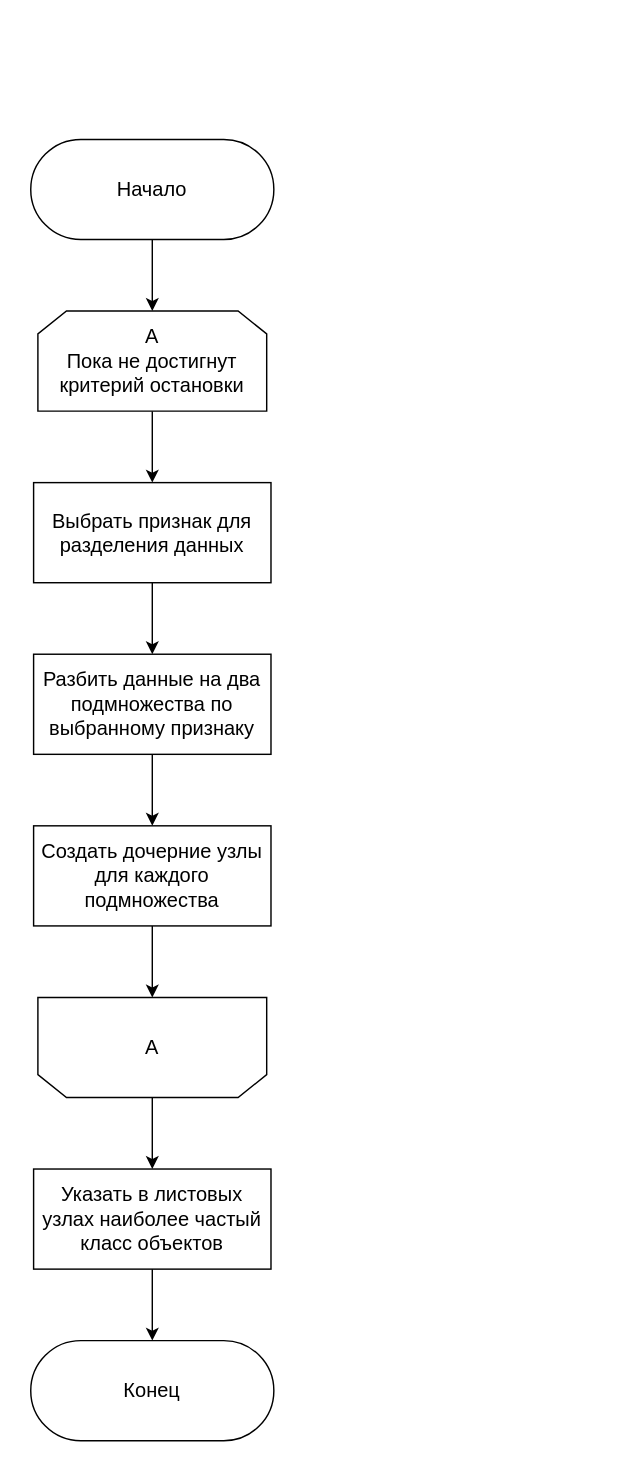
This is page "decision_tree" (1 of 4) of doc/inc/design/design.drawio from ilyasssklimov/bmstu_DefectDetection, a draw.io file, before an edit. Source tidied: cells renumbered, new cells numbered last; positions are measured from the earlier drawing's top-left corner, leaving out a move shared by most shapes. Both pictures are drawn from the tidied source at 143%, with x=0, y=0 at pixel (30, 139).
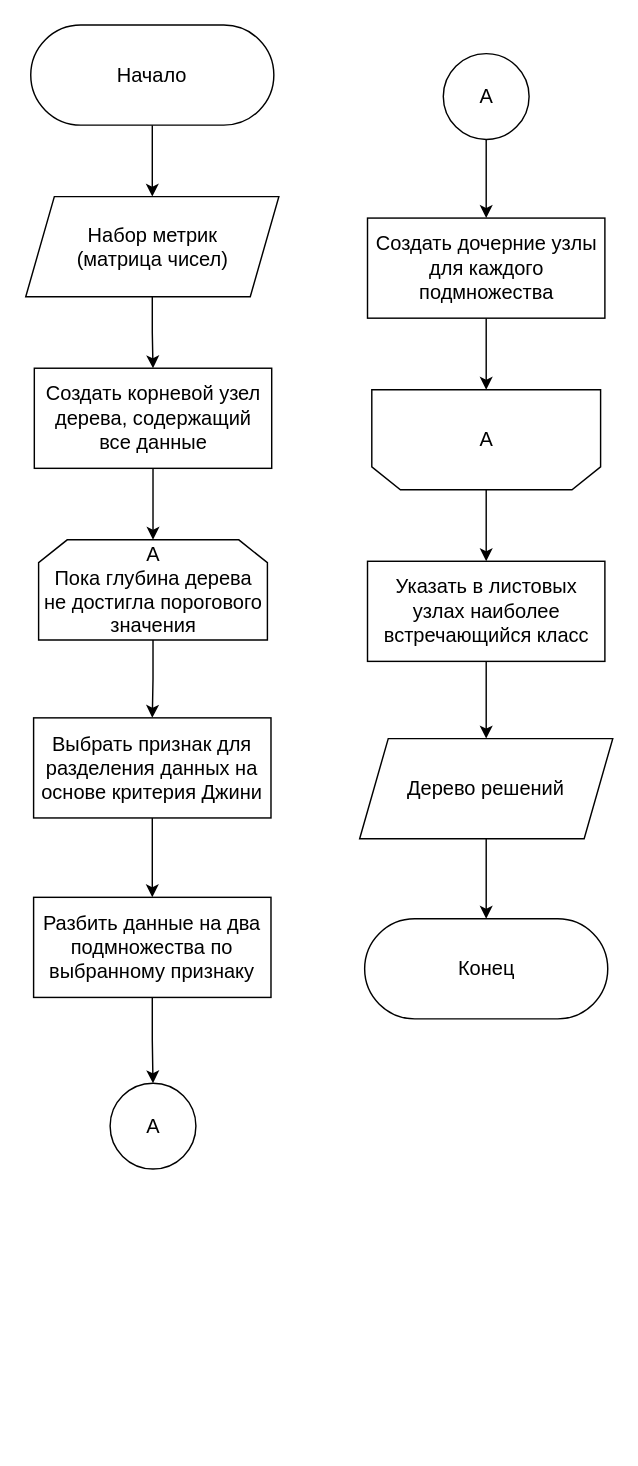
The same page after the edit.

Diff of the diagram source:
```diff
@@
-    <mxCell id="3" value="&lt;div&gt;&lt;font style=&quot;font-size: 14px;&quot;&gt;Выбрать признак для разделения данных&lt;/font&gt;&lt;/div&gt;" style="rounded=0;whiteSpace=wrap;html=1;" parent="1" vertex="1">
-      <mxGeometry x="2" y="240" width="166" height="70" as="geometry" />
+    <mxCell id="3" value="&lt;div&gt;&lt;font style=&quot;font-size: 14px;&quot;&gt;Выбрать признак для разделения данных на основе критерия Джини&lt;br&gt;&lt;/font&gt;&lt;/div&gt;" style="rounded=0;whiteSpace=wrap;html=1;" parent="1" vertex="1">
+      <mxGeometry x="2" y="404.5" width="166" height="70" as="geometry" />
     </mxCell>
-    <mxCell id="4" style="edgeStyle=orthogonalEdgeStyle;rounded=0;jettySize=auto;html=1;exitX=0.5;exitY=1;exitDx=0;exitDy=0;entryX=0.5;entryY=0;entryDx=0;entryDy=0;" parent="1" edge="1" source="5" target="11">
-      <mxGeometry relative="1" as="geometry" />
-    </mxCell>
+    <mxCell id="19" style="edgeStyle=orthogonalEdgeStyle;rounded=0;jettySize=auto;html=1;exitX=0.5;exitY=1;exitDx=0;exitDy=0;entryX=0.5;entryY=0;entryDx=0;entryDy=0;" parent="1" edge="1" source="5" target="23">
+      <mxGeometry relative="1" as="geometry" />
+    </mxCell>
     <mxCell id="5" value="&lt;font style=&quot;font-size: 14px;&quot;&gt;Начало&lt;/font&gt;" style="rounded=1;whiteSpace=wrap;html=1;arcSize=50;" parent="1" vertex="1">
-      <mxGeometry width="170" height="70" as="geometry" />
+      <mxGeometry y="-80" width="170" height="70" as="geometry" />
     </mxCell>
-    <mxCell id="6" style="edgeStyle=orthogonalEdgeStyle;rounded=0;jettySize=auto;html=1;exitX=0.5;exitY=1;exitDx=0;exitDy=0;entryX=0.5;entryY=0;entryDx=0;entryDy=0;" parent="1" edge="1" source="7" target="9">
-      <mxGeometry relative="1" as="geometry" />
-    </mxCell>
+    <mxCell id="20" style="edgeStyle=orthogonalEdgeStyle;rounded=0;jettySize=auto;html=1;exitX=0.5;exitY=1;exitDx=0;exitDy=0;entryX=0.5;entryY=0;entryDx=0;entryDy=0;" parent="1" edge="1" source="7" target="28">
+      <mxGeometry relative="1" as="geometry" />
+    </mxCell>
     <mxCell id="7" value="&lt;font style=&quot;font-size: 14px;&quot;&gt;Разбить данные на два подмножества по выбранному признаку&lt;br&gt;&lt;/font&gt;" style="rounded=0;whiteSpace=wrap;html=1;" parent="1" vertex="1">
-      <mxGeometry x="2" y="360" width="166" height="70" as="geometry" />
+      <mxGeometry x="2" y="530" width="166" height="70" as="geometry" />
     </mxCell>
@@
     <mxCell id="9" value="&lt;font style=&quot;font-size: 14px;&quot;&gt;Создать дочерние узлы для каждого подмножества&lt;br&gt;&lt;/font&gt;" style="rounded=0;whiteSpace=wrap;html=1;" parent="1" vertex="1">
-      <mxGeometry x="2" y="480" width="166" height="70" as="geometry" />
+      <mxGeometry x="235.5" y="55" width="166" height="70" as="geometry" />
     </mxCell>
@@
-    <mxCell id="11" value="&lt;div style=&quot;font-size: 14px;&quot;&gt;&lt;font style=&quot;font-size: 14px;&quot;&gt;А&lt;/font&gt;&lt;/div&gt;&lt;div style=&quot;font-size: 14px;&quot;&gt;&lt;font style=&quot;font-size: 14px;&quot;&gt;Пока не достигнут критерий остановки&lt;font style=&quot;font-size: 14px;&quot;&gt;&lt;br&gt;&lt;/font&gt;&lt;/font&gt;&lt;/div&gt;" style="shape=loopLimit;whiteSpace=wrap;html=1;" parent="1" vertex="1">
-      <mxGeometry x="5" y="120" width="160" height="70" as="geometry" />
+    <mxCell id="11" value="&lt;div style=&quot;font-size: 14px;&quot;&gt;&lt;font style=&quot;font-size: 14px;&quot;&gt;А&lt;/font&gt;&lt;/div&gt;&lt;div style=&quot;font-size: 14px;&quot;&gt;&lt;font style=&quot;font-size: 14px;&quot;&gt;Пока глубина дерева &lt;br&gt;&lt;/font&gt;&lt;/div&gt;&lt;div style=&quot;font-size: 14px;&quot;&gt;&lt;font style=&quot;font-size: 14px;&quot;&gt;не достигла порогового значения&lt;font style=&quot;font-size: 14px;&quot;&gt;&lt;br&gt;&lt;/font&gt;&lt;/font&gt;&lt;/div&gt;" style="shape=loopLimit;whiteSpace=wrap;html=1;" parent="1" vertex="1">
+      <mxGeometry x="5.5" y="280" width="160" height="70" as="geometry" />
     </mxCell>
     <mxCell id="12" style="group;" parent="1" vertex="1">
-      <mxGeometry x="5" y="600" width="160" height="70" as="geometry" />
+      <mxGeometry x="238.5" y="175" width="160" height="70" as="geometry" />
     </mxCell>
@@
-    <mxCell id="15" style="edgeStyle=orthogonalEdgeStyle;rounded=0;jettySize=auto;html=1;exitX=0.5;exitY=1;exitDx=0;exitDy=0;entryX=0.5;entryY=0;entryDx=0;entryDy=0;" parent="1" edge="1" source="16" target="18">
-      <mxGeometry relative="1" as="geometry" />
-    </mxCell>
+    <mxCell id="21" style="edgeStyle=orthogonalEdgeStyle;rounded=0;jettySize=auto;html=1;exitX=0.5;exitY=1;exitDx=0;exitDy=0;entryX=0.5;entryY=0;entryDx=0;entryDy=0;" parent="1" edge="1" source="16" target="27">
+      <mxGeometry relative="1" as="geometry" />
+    </mxCell>
-    <mxCell id="16" value="&lt;font style=&quot;font-size: 14px;&quot;&gt;Указать в листовых узлах наиболее частый класс объектов&lt;br&gt;&lt;/font&gt;" style="rounded=0;whiteSpace=wrap;html=1;" parent="1" vertex="1">
-      <mxGeometry x="2" y="720" width="166" height="70" as="geometry" />
+    <mxCell id="16" value="&lt;font style=&quot;font-size: 14px;&quot;&gt;Указать в листовых узлах наиболее встречающийся класс&lt;br&gt;&lt;/font&gt;" style="rounded=0;whiteSpace=wrap;html=1;" parent="1" vertex="1">
+      <mxGeometry x="235.5" y="295" width="166" height="70" as="geometry" />
     </mxCell>
@@
     <mxCell id="18" value="&lt;font style=&quot;font-size: 14px;&quot;&gt;Конец&lt;/font&gt;" style="rounded=1;whiteSpace=wrap;html=1;arcSize=50;" parent="1" vertex="1">
-      <mxGeometry y="840" width="170" height="70" as="geometry" />
+      <mxGeometry x="233.5" y="545" width="170" height="70" as="geometry" />
     </mxCell>
+    <mxCell id="22" style="edgeStyle=orthogonalEdgeStyle;rounded=0;jettySize=auto;html=1;exitX=0.5;exitY=1;exitDx=0;exitDy=0;entryX=0.5;entryY=0;entryDx=0;entryDy=0;" parent="1" edge="1" source="23" target="25">
+      <mxGeometry relative="1" as="geometry" />
+    </mxCell>
+    <mxCell id="23" value="&lt;div style=&quot;font-size: 14px;&quot;&gt;&lt;font style=&quot;font-size: 14px;&quot;&gt;Набор метрик&lt;/font&gt;&lt;/div&gt;&lt;div style=&quot;font-size: 14px;&quot;&gt;&lt;font style=&quot;font-size: 14px;&quot;&gt;(матрица чисел)&lt;/font&gt;&lt;/div&gt;" style="shape=parallelogram;perimeter=parallelogramPerimeter;whiteSpace=wrap;html=1;fixedSize=1;" parent="1" vertex="1">
+      <mxGeometry x="-3.5" y="40" width="177" height="70" as="geometry" />
+    </mxCell>
+    <mxCell id="24" style="edgeStyle=orthogonalEdgeStyle;rounded=0;jettySize=auto;html=1;exitX=0.5;exitY=1;exitDx=0;exitDy=0;entryX=0.5;entryY=0;entryDx=0;entryDy=0;" parent="1" edge="1" source="25" target="11">
+      <mxGeometry relative="1" as="geometry" />
+    </mxCell>
+    <mxCell id="25" value="&lt;div&gt;&lt;font style=&quot;font-size: 14px;&quot;&gt;Создать корневой узел дерева, содержащий&lt;/font&gt;&lt;/div&gt;&lt;div&gt;&lt;font style=&quot;font-size: 14px;&quot;&gt;все данные&lt;/font&gt;&lt;/div&gt;" style="rounded=0;whiteSpace=wrap;html=1;" parent="1" vertex="1">
+      <mxGeometry x="2.5" y="160" width="166" height="70" as="geometry" />
+    </mxCell>
+    <mxCell id="26" style="edgeStyle=orthogonalEdgeStyle;rounded=0;jettySize=auto;html=1;exitX=0.5;exitY=1;exitDx=0;exitDy=0;entryX=0.5;entryY=0;entryDx=0;entryDy=0;" parent="1" edge="1" source="27" target="18">
+      <mxGeometry relative="1" as="geometry" />
+    </mxCell>
+    <mxCell id="27" value="&lt;font style=&quot;font-size: 14px;&quot;&gt;Дерево решений&lt;br&gt;&lt;/font&gt;" style="shape=parallelogram;perimeter=parallelogramPerimeter;whiteSpace=wrap;html=1;fixedSize=1;" parent="1" vertex="1">
+      <mxGeometry x="230" y="419" width="177" height="70" as="geometry" />
+    </mxCell>
+    <mxCell id="28" value="&lt;font style=&quot;font-size: 14px;&quot;&gt;А&lt;/font&gt;" style="ellipse;whiteSpace=wrap;html=1;" parent="1" vertex="1">
+      <mxGeometry x="55.5" y="660" width="60" height="60" as="geometry" />
+    </mxCell>
+    <mxCell id="29" style="edgeStyle=orthogonalEdgeStyle;rounded=0;jettySize=auto;html=1;" parent="1" edge="1" source="30" target="9">
+      <mxGeometry relative="1" as="geometry" />
+    </mxCell>
+    <mxCell id="30" value="&lt;font style=&quot;font-size: 14px;&quot;&gt;А&lt;/font&gt;" style="ellipse;whiteSpace=wrap;html=1;" parent="1" vertex="1">
+      <mxGeometry x="288.5" y="-60" width="60" height="60" as="geometry" />
+    </mxCell>
```
